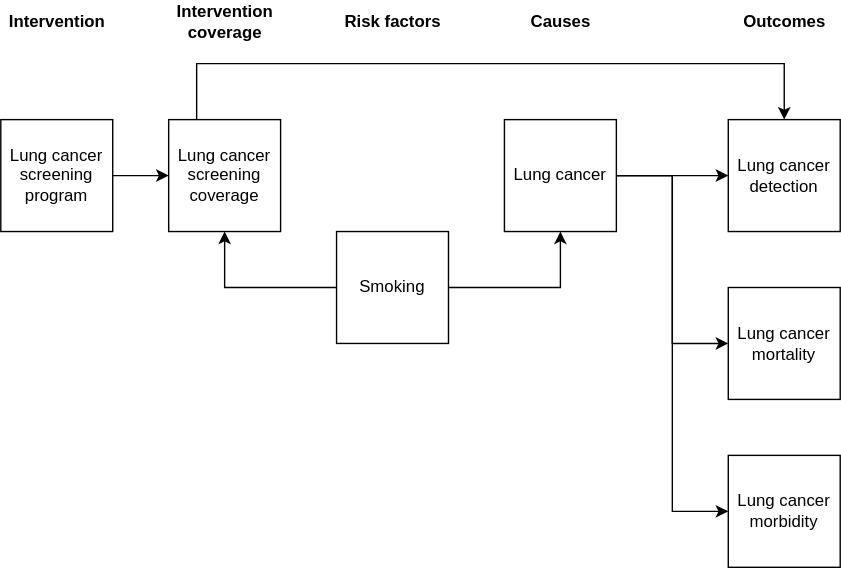
This is docs/source/concept_models/vivarium_swissre_lungcancer/concept_model_diagram.svg from ihmeuw/vivarium_research, a draw.io export, as it was before one commit. Source tidied: cells renumbered, new cells last; positions are measured from the earlier drawing's top-left corner, leaving out a move shared by most shapes.
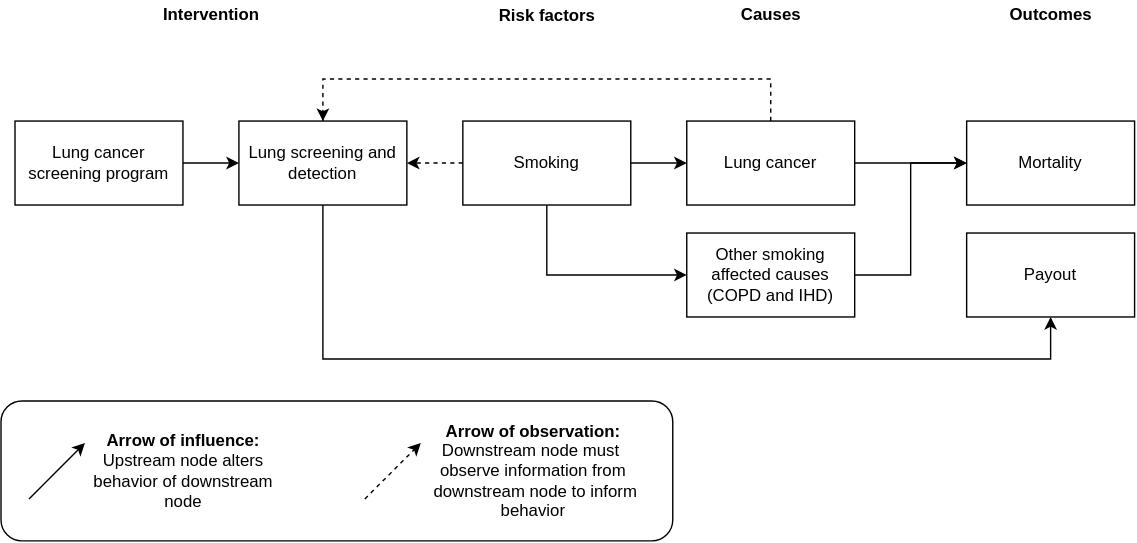
Above is the later version.

Commit message:
upload smoking related mortality documentation

The edit, as a diff of the source:
```diff
@@ -2,68 +2,95 @@
   <root>
     <mxCell id="0" />
     <mxCell id="1" parent="0" />
-    <mxCell id="2" style="edgeStyle=orthogonalEdgeStyle;rounded=0;jettySize=auto;html=1;exitX=1;exitY=0.5;exitDx=0;exitDy=0;" parent="1" edge="1" source="3" target="5">
-      <mxGeometry relative="1" as="geometry" />
-    </mxCell>
+    <mxCell id="21" style="rounded=1;whiteSpace=wrap;html=1;" parent="1" vertex="1">
+      <mxGeometry x="-10" y="125" width="480" height="100" as="geometry" />
+    </mxCell>
+    <mxCell id="22" style="edgeStyle=orthogonalEdgeStyle;rounded=0;jettySize=auto;html=1;exitX=1;exitY=0.5;exitDx=0;exitDy=0;entryX=0;entryY=0.5;entryDx=0;entryDy=0;" parent="1" edge="1" source="3" target="24">
+      <mxGeometry relative="1" as="geometry" />
+    </mxCell>
-    <mxCell id="3" value="Lung cancer screening program" style="whiteSpace=wrap;html=1;" parent="1" vertex="1">
-      <mxGeometry y="85" width="80" height="80" as="geometry" />
+    <mxCell id="3" value="Lung cancer screening program" style="rounded=0;whiteSpace=wrap;html=1;" parent="1" vertex="1">
+      <mxGeometry y="-75" width="120" height="60" as="geometry" />
     </mxCell>
-    <mxCell id="4" style="edgeStyle=orthogonalEdgeStyle;rounded=0;jettySize=auto;html=1;exitX=0.5;exitY=0;exitDx=0;exitDy=0;entryX=0.5;entryY=0;entryDx=0;entryDy=0;" parent="1" edge="1" source="5" target="13">
-      <mxGeometry relative="1" as="geometry">
-        <Array as="points">
-          <mxPoint x="140" y="85" />
-          <mxPoint x="140" y="45" />
-          <mxPoint x="560" y="45" />
-        </Array>
-      </mxGeometry>
-    </mxCell>
-    <mxCell id="5" value="Lung cancer screening coverage" style="whiteSpace=wrap;html=1;" parent="1" vertex="1">
-      <mxGeometry x="120" y="85" width="80" height="80" as="geometry" />
-    </mxCell>
-    <mxCell id="6" style="edgeStyle=orthogonalEdgeStyle;rounded=0;jettySize=auto;html=1;exitX=0;exitY=0.5;exitDx=0;exitDy=0;entryX=0.5;entryY=1;entryDx=0;entryDy=0;" parent="1" edge="1" source="8" target="5">
-      <mxGeometry relative="1" as="geometry" />
-    </mxCell>
+    <mxCell id="23" style="edgeStyle=orthogonalEdgeStyle;rounded=0;jettySize=auto;html=1;exitX=0.5;exitY=1;exitDx=0;exitDy=0;entryX=0.5;entryY=1;entryDx=0;entryDy=0;" parent="1" edge="1" source="24" target="32">
+      <mxGeometry relative="1" as="geometry">
+        <Array as="points">
+          <mxPoint x="220" y="95" />
+          <mxPoint x="740" y="95" />
+        </Array>
+      </mxGeometry>
+    </mxCell>
+    <mxCell id="24" value="Lung screening and detection" style="rounded=0;whiteSpace=wrap;html=1;" parent="1" vertex="1">
+      <mxGeometry x="160" y="-75" width="120" height="60" as="geometry" />
+    </mxCell>
-    <mxCell id="7" style="edgeStyle=orthogonalEdgeStyle;rounded=0;jettySize=auto;html=1;exitX=1;exitY=0.5;exitDx=0;exitDy=0;entryX=0.5;entryY=1;entryDx=0;entryDy=0;" parent="1" edge="1" source="8" target="12">
+    <mxCell id="7" style="edgeStyle=orthogonalEdgeStyle;rounded=0;jettySize=auto;html=1;exitX=1;exitY=0.5;exitDx=0;exitDy=0;entryX=0;entryY=0.5;entryDx=0;entryDy=0;" parent="1" edge="1" source="8" target="12">
       <mxGeometry relative="1" as="geometry" />
     </mxCell>
+    <mxCell id="25" style="edgeStyle=orthogonalEdgeStyle;rounded=0;jettySize=auto;html=1;exitX=0.5;exitY=1;exitDx=0;exitDy=0;entryX=0;entryY=0.5;entryDx=0;entryDy=0;" parent="1" edge="1" source="8" target="30">
+      <mxGeometry relative="1" as="geometry" />
+    </mxCell>
+    <mxCell id="26" style="edgeStyle=orthogonalEdgeStyle;rounded=0;jettySize=auto;html=1;exitX=0;exitY=0.5;exitDx=0;exitDy=0;dashed=1;" parent="1" edge="1" source="8" target="24">
+      <mxGeometry relative="1" as="geometry" />
+    </mxCell>
-    <mxCell id="8" value="Smoking" style="whiteSpace=wrap;html=1;" parent="1" vertex="1">
-      <mxGeometry x="240" y="165" width="80" height="80" as="geometry" />
+    <mxCell id="8" value="Smoking" style="rounded=0;whiteSpace=wrap;html=1;" parent="1" vertex="1">
+      <mxGeometry x="320" y="-75" width="120" height="60" as="geometry" />
     </mxCell>
-    <mxCell id="9" style="edgeStyle=orthogonalEdgeStyle;rounded=0;jettySize=auto;html=1;exitX=1;exitY=0.5;exitDx=0;exitDy=0;" parent="1" edge="1" source="12" target="13">
-      <mxGeometry relative="1" as="geometry" />
-    </mxCell>
-    <mxCell id="10" style="edgeStyle=orthogonalEdgeStyle;rounded=0;jettySize=auto;html=1;entryX=0;entryY=0.5;entryDx=0;entryDy=0;" parent="1" edge="1" source="12" target="19">
-      <mxGeometry relative="1" as="geometry" />
-    </mxCell>
-    <mxCell id="11" style="edgeStyle=orthogonalEdgeStyle;rounded=0;jettySize=auto;html=1;exitX=1;exitY=0.5;exitDx=0;exitDy=0;entryX=0;entryY=0.5;entryDx=0;entryDy=0;" parent="1" edge="1" source="12" target="20">
-      <mxGeometry relative="1" as="geometry" />
-    </mxCell>
+    <mxCell id="27" style="edgeStyle=orthogonalEdgeStyle;rounded=0;jettySize=auto;html=1;exitX=1;exitY=0.5;exitDx=0;exitDy=0;entryX=0;entryY=0.5;entryDx=0;entryDy=0;" parent="1" edge="1" source="12" target="31">
+      <mxGeometry relative="1" as="geometry" />
+    </mxCell>
+    <mxCell id="28" style="edgeStyle=orthogonalEdgeStyle;rounded=0;jettySize=auto;html=1;exitX=0.5;exitY=0;exitDx=0;exitDy=0;dashed=1;" parent="1" edge="1" source="12">
+      <mxGeometry relative="1" as="geometry">
+        <mxPoint x="220" y="-75" as="targetPoint" />
+        <Array as="points">
+          <mxPoint x="540" y="-105" />
+          <mxPoint x="220" y="-105" />
+          <mxPoint x="220" y="-75" />
+        </Array>
+      </mxGeometry>
+    </mxCell>
-    <mxCell id="12" value="Lung cancer" style="whiteSpace=wrap;html=1;" parent="1" vertex="1">
-      <mxGeometry x="360" y="85" width="80" height="80" as="geometry" />
+    <mxCell id="12" value="Lung cancer" style="rounded=0;whiteSpace=wrap;html=1;" parent="1" vertex="1">
+      <mxGeometry x="480" y="-75" width="120" height="60" as="geometry" />
     </mxCell>
-    <mxCell id="13" value="Lung cancer detection" style="whiteSpace=wrap;html=1;" parent="1" vertex="1">
-      <mxGeometry x="520" y="85" width="80" height="80" as="geometry" />
-    </mxCell>
+    <mxCell id="29" style="edgeStyle=orthogonalEdgeStyle;rounded=0;jettySize=auto;html=1;exitX=1;exitY=0.5;exitDx=0;exitDy=0;entryX=0;entryY=0.5;entryDx=0;entryDy=0;" parent="1" edge="1" source="30" target="31">
+      <mxGeometry relative="1" as="geometry" />
+    </mxCell>
+    <mxCell id="30" value="Other smoking affected causes&lt;br&gt;(COPD and IHD)" style="rounded=0;whiteSpace=wrap;html=1;" parent="1" vertex="1">
+      <mxGeometry x="480" y="5" width="120" height="60" as="geometry" />
+    </mxCell>
+    <mxCell id="31" value="Mortality" style="rounded=0;whiteSpace=wrap;html=1;" parent="1" vertex="1">
+      <mxGeometry x="680" y="-75" width="120" height="60" as="geometry" />
+    </mxCell>
+    <mxCell id="32" value="Payout" style="rounded=0;whiteSpace=wrap;html=1;" parent="1" vertex="1">
+      <mxGeometry x="680" y="5" width="120" height="60" as="geometry" />
+    </mxCell>
-    <mxCell id="14" value="&lt;b&gt;Intervention&lt;/b&gt;" style="text;html=1;align=center;verticalAlign=middle;" parent="1" vertex="1">
-      <mxGeometry y="5" width="80" height="20" as="geometry" />
+    <mxCell id="14" value="Intervention " style="text;html=1;align=center;verticalAlign=middle;fontStyle=1;" parent="1" vertex="1">
+      <mxGeometry x="100" y="-161" width="80" height="20" as="geometry" />
     </mxCell>
-    <mxCell id="15" value="&lt;b&gt;Intervention&lt;br&gt;coverage&lt;/b&gt;" style="text;html=1;align=center;verticalAlign=middle;" parent="1" vertex="1">
-      <mxGeometry x="120" width="80" height="30" as="geometry" />
-    </mxCell>
-    <mxCell id="16" value="&lt;b&gt;Risk factors&lt;/b&gt;" style="text;html=1;align=center;verticalAlign=middle;" parent="1" vertex="1">
-      <mxGeometry x="240" y="5" width="80" height="20" as="geometry" />
-    </mxCell>
+    <mxCell id="33" value="Risk factors&lt;span style=&quot;color: rgba(0 , 0 , 0 , 0) ; font-family: monospace ; font-size: 0px ; font-weight: 400&quot;&gt;%3CmxGraphModel%3E%3Croot%3E%3CmxCell%20id%3D%220%22%2F%3E%3CmxCell%20id%3D%221%22%20parent%3D%220%22%2F%3E%3CmxCell%20id%3D%222%22%20value%3D%22Intervention%20%26lt%3Bbr%26gt%3Bcoverage%22%20style%3D%22text%3Bhtml%3D1%3Balign%3Dcenter%3BverticalAlign%3Dmiddle%3Bresizable%3D0%3Bpoints%3D%5B%5D%3Bautosize%3D1%3BfontStyle%3D1%22%20vertex%3D%221%22%20parent%3D%221%22%3E%3CmxGeometry%20x%3D%22140%22%20y%3D%2280%22%20width%3D%2280%22%20height%3D%2230%22%20as%3D%22geometry%22%2F%3E%3C%2FmxCell%3E%3C%2Froot%3E%3C%2FmxGraphModel%3E&lt;/span&gt;" style="text;html=1;align=center;verticalAlign=middle;fontStyle=1;" parent="1" vertex="1">
+      <mxGeometry x="340" y="-160" width="80" height="20" as="geometry" />
+    </mxCell>
-    <mxCell id="17" value="&lt;b&gt;Causes&lt;/b&gt;" style="text;html=1;align=center;verticalAlign=middle;" parent="1" vertex="1">
-      <mxGeometry x="370" y="5" width="60" height="20" as="geometry" />
+    <mxCell id="17" value="Causes" style="text;html=1;align=center;verticalAlign=middle;fontStyle=1;" parent="1" vertex="1">
+      <mxGeometry x="510" y="-161" width="60" height="20" as="geometry" />
     </mxCell>
-    <mxCell id="18" value="&lt;b&gt;Outcomes&lt;/b&gt;" style="text;html=1;align=center;verticalAlign=middle;" parent="1" vertex="1">
-      <mxGeometry x="525" y="5" width="70" height="20" as="geometry" />
+    <mxCell id="18" value="Outcomes" style="text;html=1;align=center;verticalAlign=middle;fontStyle=1;" parent="1" vertex="1">
+      <mxGeometry x="705" y="-161" width="70" height="20" as="geometry" />
     </mxCell>
-    <mxCell id="19" value="Lung cancer mortality" style="whiteSpace=wrap;html=1;" parent="1" vertex="1">
-      <mxGeometry x="520" y="205" width="80" height="80" as="geometry" />
-    </mxCell>
-    <mxCell id="20" value="Lung cancer morbidity" style="whiteSpace=wrap;html=1;" parent="1" vertex="1">
-      <mxGeometry x="520" y="325" width="80" height="80" as="geometry" />
-    </mxCell>
+    <mxCell id="34" style="endArrow=classic;html=1;" parent="1" edge="1">
+      <mxGeometry relative="1" as="geometry">
+        <mxPoint x="10" y="195" as="sourcePoint" />
+        <mxPoint x="50" y="155" as="targetPoint" />
+      </mxGeometry>
+    </mxCell>
+    <mxCell id="35" value="&lt;b&gt;Arrow of influence:&lt;br&gt;&lt;/b&gt;Upstream node alters &lt;br&gt;behavior of downstream &lt;br&gt;node" style="text;html=1;align=center;verticalAlign=middle;" parent="1" vertex="1">
+      <mxGeometry x="50" y="145" width="140" height="60" as="geometry" />
+    </mxCell>
+    <mxCell id="36" style="endArrow=classic;html=1;dashed=1;" parent="1" edge="1">
+      <mxGeometry relative="1" as="geometry">
+        <mxPoint x="250" y="195" as="sourcePoint" />
+        <mxPoint x="290" y="155" as="targetPoint" />
+      </mxGeometry>
+    </mxCell>
+    <mxCell id="37" value="&lt;b&gt;Arrow of observation:&lt;br&gt;&lt;/b&gt;Downstream node must&amp;nbsp;&lt;br&gt;observe information from&lt;br&gt;&amp;nbsp;downstream node to inform&lt;br&gt;behavior" style="text;html=1;align=center;verticalAlign=middle;" parent="1" vertex="1">
+      <mxGeometry x="290" y="135" width="160" height="80" as="geometry" />
+    </mxCell>
   </root>
 </mxGraphModel>
```
